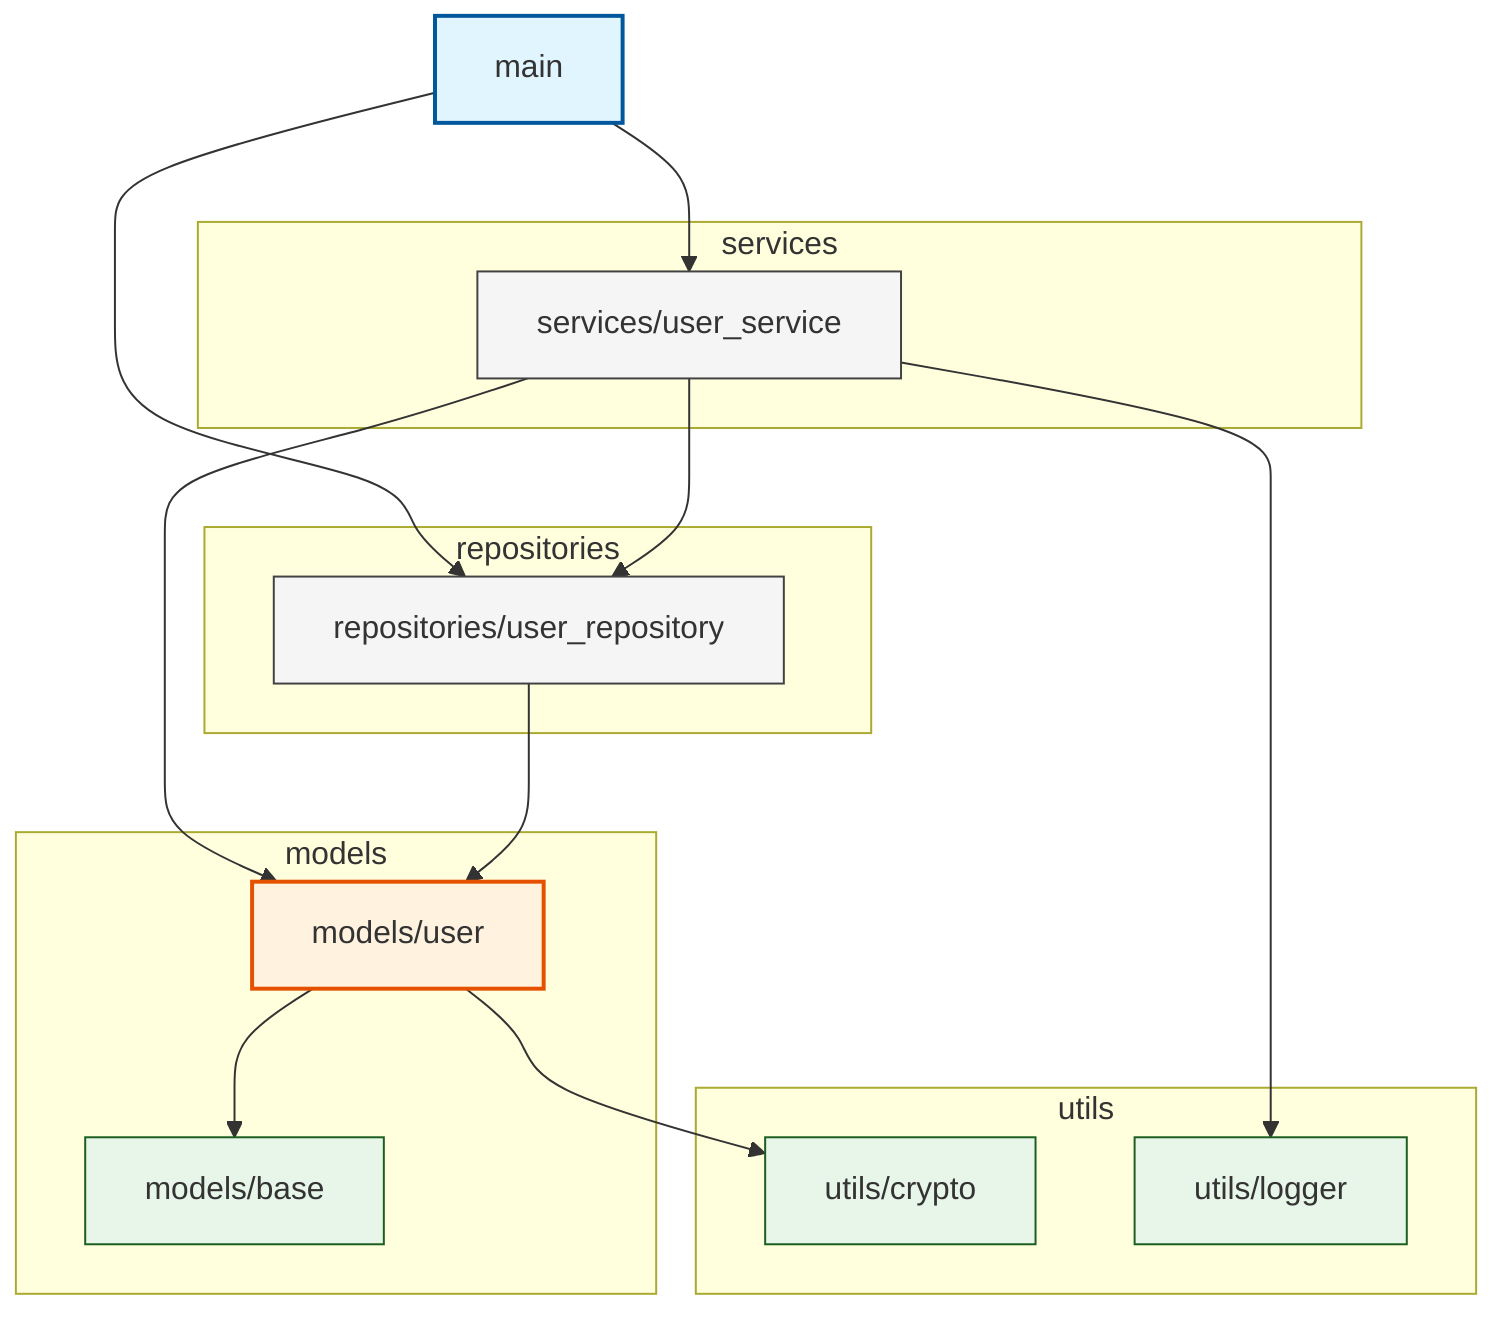
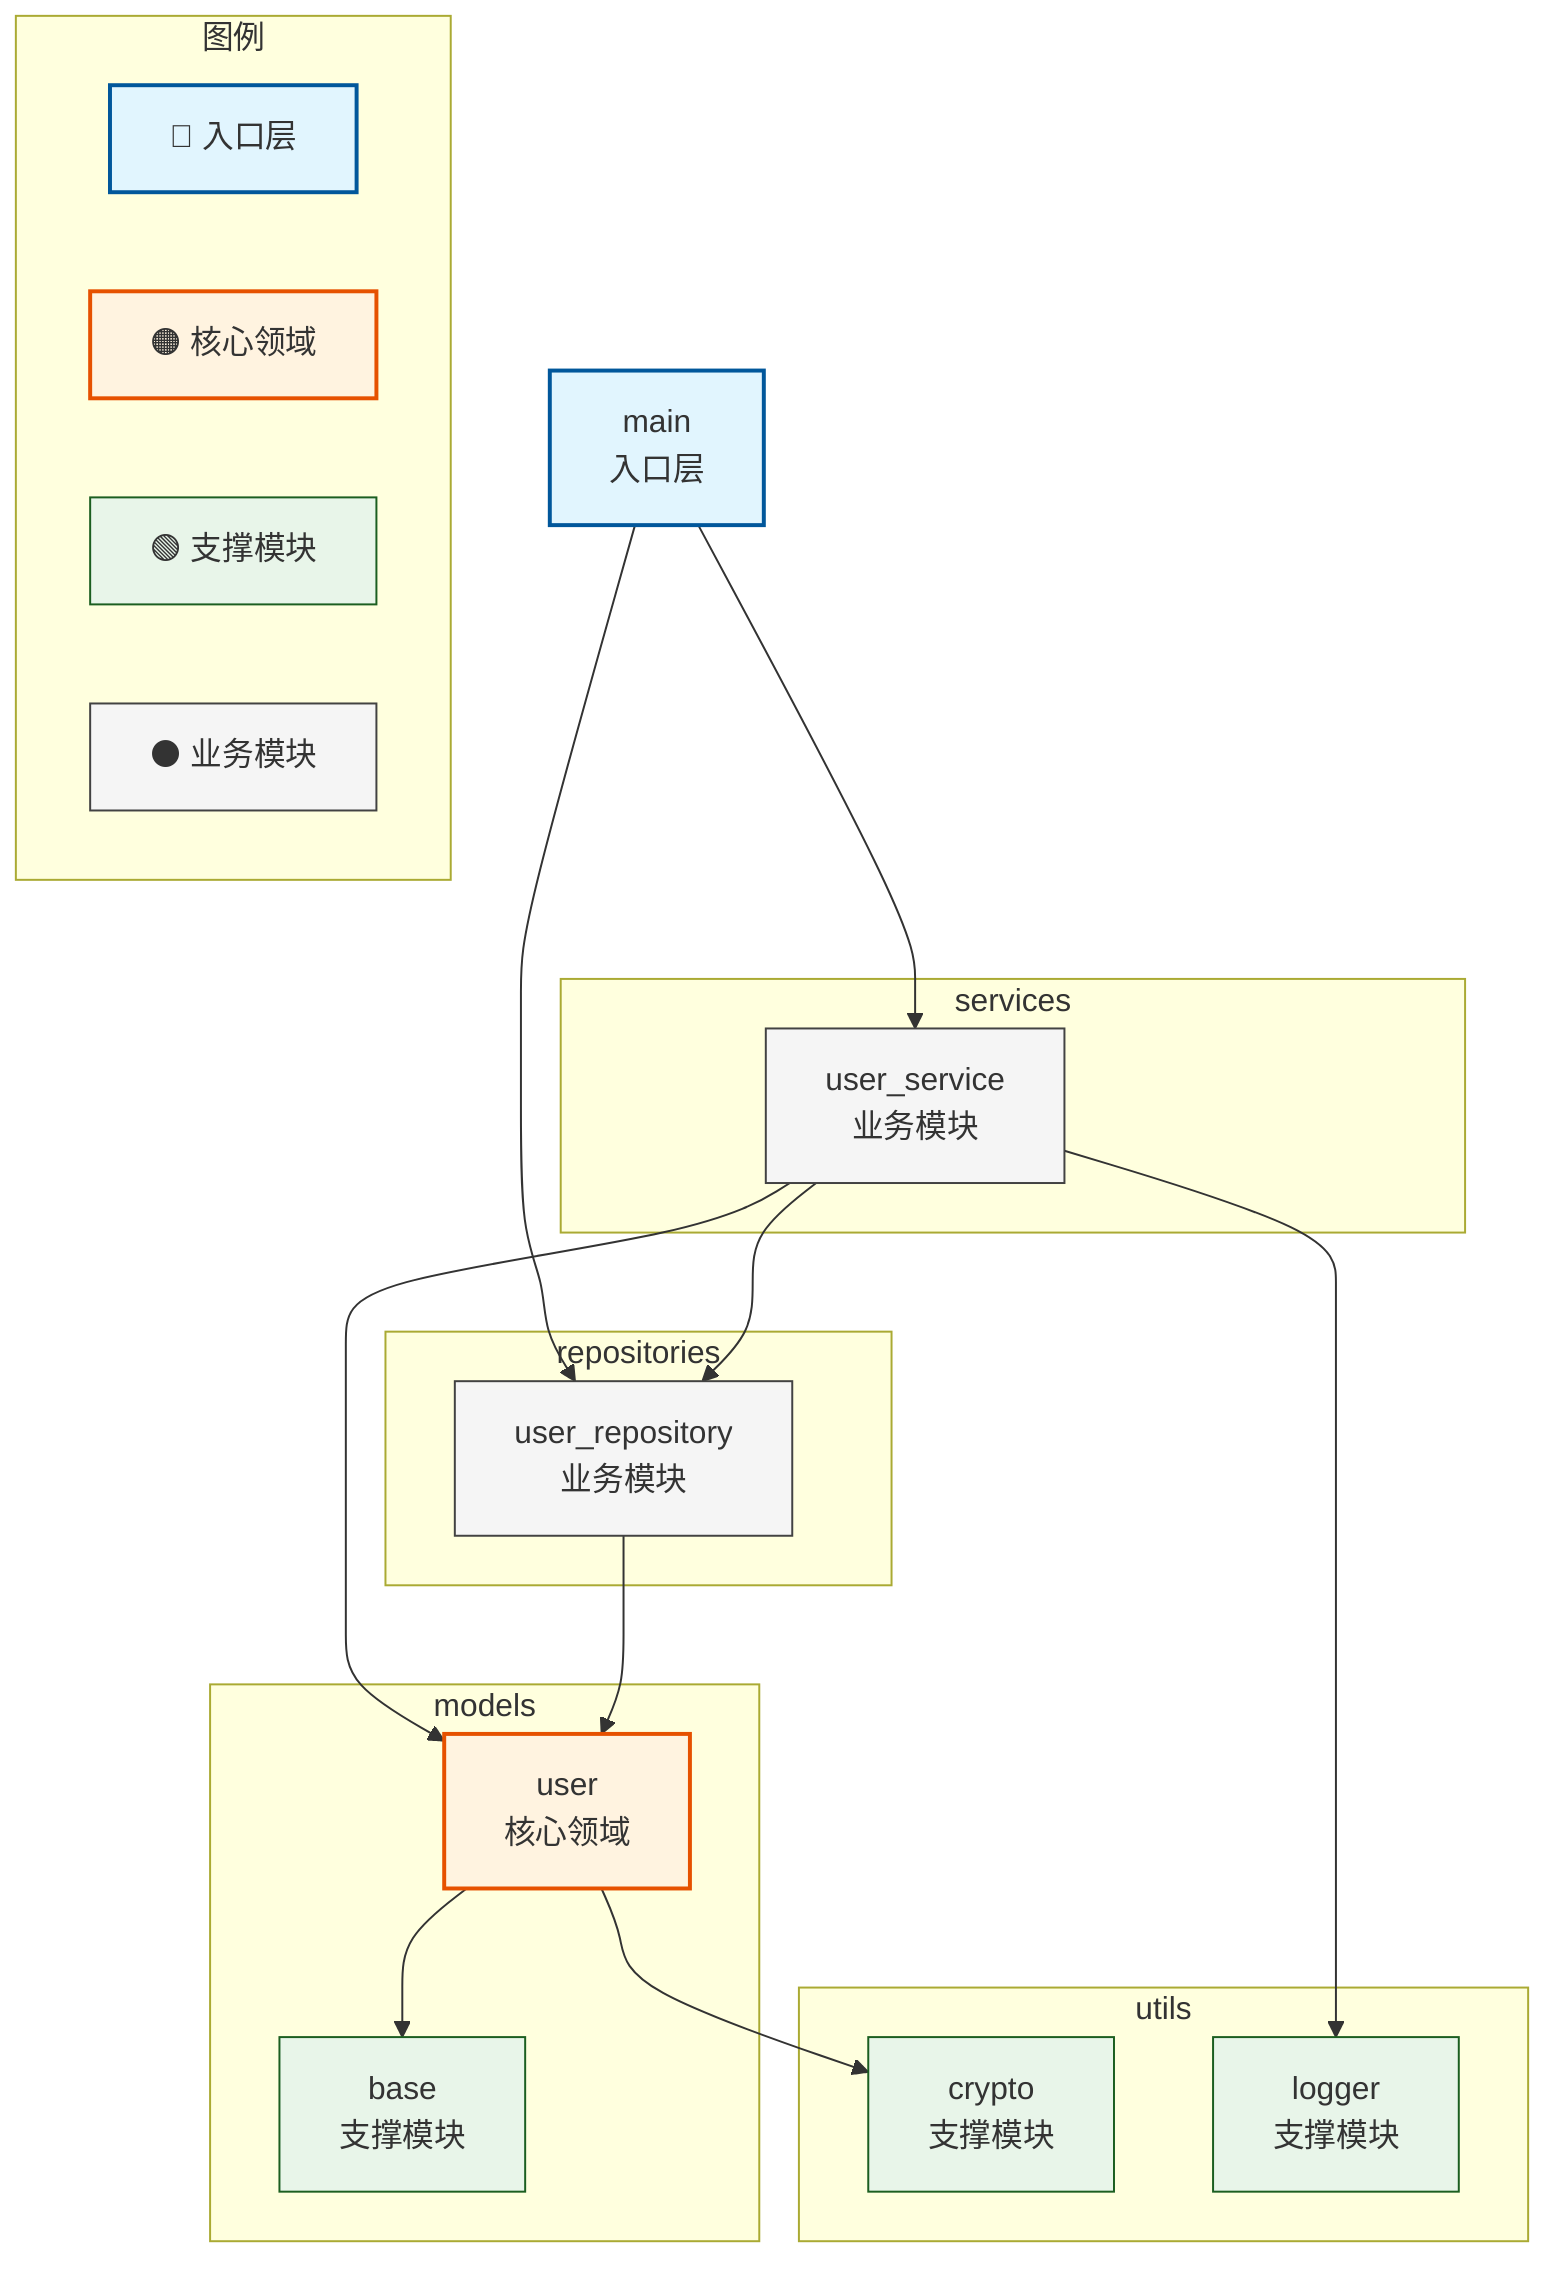
%% 架构图：展示项目模块间的依赖关系与层级结构
graph TD
    subgraph models
-         models_user[models/user]
-         models_base[models/base]
+         models_user[user<br/>核心领域]
+         models_base[base<br/>支撑模块]
    end
    subgraph repositories
-         repositories_user_repository[repositories/user_repository]
+         repositories_user_repository[user_repository<br/>业务模块]
    end
    subgraph services
-         services_user_service[services/user_service]
+         services_user_service[user_service<br/>业务模块]
    end
    subgraph utils
-         utils_crypto[utils/crypto]
-         utils_logger[utils/logger]
+         utils_crypto[crypto<br/>支撑模块]
+         utils_logger[logger<br/>支撑模块]
    end
-     main[main]
+     main[main<br/>入口层]
    click main "javascript:navigateToModule('main')"
    click models_user "javascript:navigateToModule('models/user')"
    click models_base "javascript:navigateToModule('models/base')"
    click services_user_service "javascript:navigateToModule('services/user_service')"
    click repositories_user_repository "javascript:navigateToModule('repositories/user_repository')"
    click utils_crypto "javascript:navigateToModule('utils/crypto')"
    click utils_logger "javascript:navigateToModule('utils/logger')"

    %% 节点角色标注：按模块职责着色
    classDef entry fill:#e1f5fe,stroke:#01579b,stroke-width:2px
    classDef core fill:#fff3e0,stroke:#e65100,stroke-width:2px
    classDef support fill:#e8f5e9,stroke:#1b5e20,stroke-width:1px
    classDef business fill:#f5f5f5,stroke:#424242,stroke-width:1px
    class main entry
    class models_base support
    class models_user core
    class repositories_user_repository business
    class services_user_service business
    class utils_crypto support
    class utils_logger support
+ 
+     subgraph 图例
+         legend_entry[🔵 入口层]:::legend
+         class legend_entry entry
+         legend_core[🟠 核心领域]:::legend
+         class legend_core core
+         legend_support[🟢 支撑模块]:::legend
+         class legend_support support
+         legend_business[⚫ 业务模块]:::legend
+         class legend_business business
+     end
    main --> services_user_service
    main --> repositories_user_repository
    models_user --> models_base
    models_user --> utils_crypto
    services_user_service --> models_user
    services_user_service --> repositories_user_repository
    services_user_service --> utils_logger
    repositories_user_repository --> models_user
